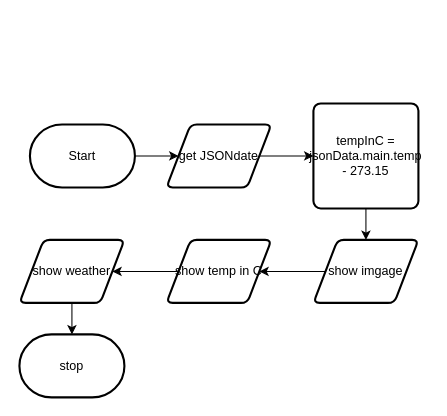
Before: design/flowchart.drawio in MTHS-ICS2O-2-2022/ICS2O-Assignment-06-jakub-malhotra, a draw.io diagram. Source tidied: cells renumbered, new cells numbered last; positions are measured from the earlier drawing's top-left corner, leaving out a move shared by most shapes. Both pictures are drawn from the tidied source at 105%, with x=0, y=0 at pixel (19, 103).
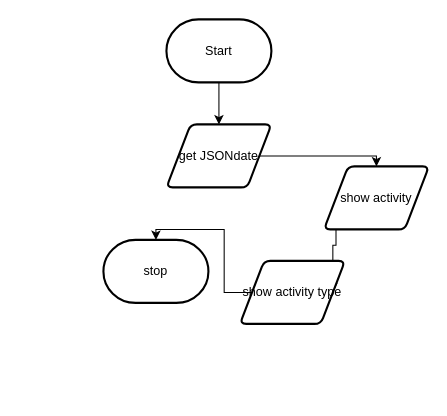
The same page after the edit.

Change to the diagram source:
```diff
@@
 <mxGraphModel>
   <root>
     <mxCell id="0" />
     <mxCell id="1" parent="0" />
     <mxCell id="2" style="edgeStyle=orthogonalEdgeStyle;html=1;rounded=0;" parent="1" edge="1" source="3" target="5">
       <mxGeometry relative="1" as="geometry" />
     </mxCell>
     <mxCell id="3" value="Start" style="strokeWidth=2;html=1;shape=mxgraph.flowchart.terminator;whiteSpace=wrap;" parent="1" vertex="1">
-      <mxGeometry x="10" y="20" width="100" height="60" as="geometry" />
+      <mxGeometry x="140" y="-80" width="100" height="60" as="geometry" />
     </mxCell>
-    <mxCell id="4" style="edgeStyle=orthogonalEdgeStyle;shape=connector;rounded=0;html=1;exitX=1;exitY=0.5;exitDx=0;exitDy=0;entryX=0;entryY=0.5;entryDx=0;entryDy=0;labelBackgroundColor=default;strokeColor=default;fontFamily=Helvetica;fontSize=11;fontColor=default;endArrow=classic;" parent="1" edge="1" source="5" target="7">
-      <mxGeometry relative="1" as="geometry" />
-    </mxCell>
+    <mxCell id="15" style="edgeStyle=orthogonalEdgeStyle;html=1;exitX=1;exitY=0.5;exitDx=0;exitDy=0;entryX=0.5;entryY=0;entryDx=0;entryDy=0;rounded=0;" parent="1" edge="1" source="5" target="9">
+      <mxGeometry relative="1" as="geometry" />
+    </mxCell>
     <mxCell id="5" value="get JSONdate" style="shape=parallelogram;html=1;strokeWidth=2;perimeter=parallelogramPerimeter;whiteSpace=wrap;rounded=1;arcSize=12;size=0.23;" parent="1" vertex="1">
       <mxGeometry x="140" y="20" width="100" height="60" as="geometry" />
     </mxCell>
-    <mxCell id="6" style="edgeStyle=orthogonalEdgeStyle;shape=connector;rounded=0;html=1;exitX=0.5;exitY=1;exitDx=0;exitDy=0;entryX=0.5;entryY=0;entryDx=0;entryDy=0;labelBackgroundColor=default;strokeColor=default;fontFamily=Helvetica;fontSize=11;fontColor=default;endArrow=classic;" parent="1" edge="1" source="7" target="9">
-      <mxGeometry relative="1" as="geometry" />
-    </mxCell>
-    <mxCell id="7" value="tempInC = jsonData.main.temp - 273.15" style="rounded=1;whiteSpace=wrap;html=1;absoluteArcSize=1;arcSize=14;strokeWidth=2;" parent="1" vertex="1">
-      <mxGeometry x="280" width="100" height="100" as="geometry" />
-    </mxCell>
     <mxCell id="8" style="edgeStyle=orthogonalEdgeStyle;shape=connector;rounded=0;html=1;exitX=0;exitY=0.5;exitDx=0;exitDy=0;entryX=1;entryY=0.5;entryDx=0;entryDy=0;labelBackgroundColor=default;strokeColor=default;fontFamily=Helvetica;fontSize=11;fontColor=default;endArrow=classic;" parent="1" edge="1" source="9" target="11">
       <mxGeometry relative="1" as="geometry" />
     </mxCell>
-    <mxCell id="9" value="show imgage" style="shape=parallelogram;html=1;strokeWidth=2;perimeter=parallelogramPerimeter;whiteSpace=wrap;rounded=1;arcSize=12;size=0.23;" parent="1" vertex="1">
-      <mxGeometry x="280" y="130" width="100" height="60" as="geometry" />
+    <mxCell id="9" value="show activity" style="shape=parallelogram;html=1;strokeWidth=2;perimeter=parallelogramPerimeter;whiteSpace=wrap;rounded=1;arcSize=12;size=0.23;" parent="1" vertex="1">
+      <mxGeometry x="290" y="60" width="100" height="60" as="geometry" />
     </mxCell>
-    <mxCell id="10" style="edgeStyle=orthogonalEdgeStyle;shape=connector;rounded=0;html=1;exitX=0;exitY=0.5;exitDx=0;exitDy=0;entryX=1;entryY=0.5;entryDx=0;entryDy=0;labelBackgroundColor=default;strokeColor=default;fontFamily=Helvetica;fontSize=11;fontColor=default;endArrow=classic;" parent="1" edge="1" source="11" target="13">
-      <mxGeometry relative="1" as="geometry" />
-    </mxCell>
+    <mxCell id="16" style="edgeStyle=orthogonalEdgeStyle;rounded=0;html=1;exitX=0;exitY=0.5;exitDx=0;exitDy=0;entryX=0.5;entryY=0;entryDx=0;entryDy=0;entryPerimeter=0;" parent="1" edge="1" source="11" target="14">
+      <mxGeometry relative="1" as="geometry" />
+    </mxCell>
-    <mxCell id="11" value="show temp in C" style="shape=parallelogram;html=1;strokeWidth=2;perimeter=parallelogramPerimeter;whiteSpace=wrap;rounded=1;arcSize=12;size=0.23;" parent="1" vertex="1">
-      <mxGeometry x="140" y="130" width="100" height="60" as="geometry" />
+    <mxCell id="11" value="show activity type" style="shape=parallelogram;html=1;strokeWidth=2;perimeter=parallelogramPerimeter;whiteSpace=wrap;rounded=1;arcSize=12;size=0.23;" parent="1" vertex="1">
+      <mxGeometry x="210" y="150" width="100" height="60" as="geometry" />
     </mxCell>
-    <mxCell id="12" style="edgeStyle=orthogonalEdgeStyle;shape=connector;rounded=0;html=1;exitX=0.5;exitY=1;exitDx=0;exitDy=0;entryX=0.5;entryY=0;entryDx=0;entryDy=0;entryPerimeter=0;labelBackgroundColor=default;strokeColor=default;fontFamily=Helvetica;fontSize=11;fontColor=default;endArrow=classic;" parent="1" edge="1" source="13" target="14">
-      <mxGeometry relative="1" as="geometry" />
-    </mxCell>
-    <mxCell id="13" value="show weather" style="shape=parallelogram;html=1;strokeWidth=2;perimeter=parallelogramPerimeter;whiteSpace=wrap;rounded=1;arcSize=12;size=0.23;" parent="1" vertex="1">
-      <mxGeometry y="130" width="100" height="60" as="geometry" />
-    </mxCell>
     <mxCell id="14" value="stop" style="strokeWidth=2;html=1;shape=mxgraph.flowchart.terminator;whiteSpace=wrap;" parent="1" vertex="1">
-      <mxGeometry y="220" width="100" height="60" as="geometry" />
+      <mxGeometry x="80" y="130" width="100" height="60" as="geometry" />
     </mxCell>
   </root>
 </mxGraphModel>
```
